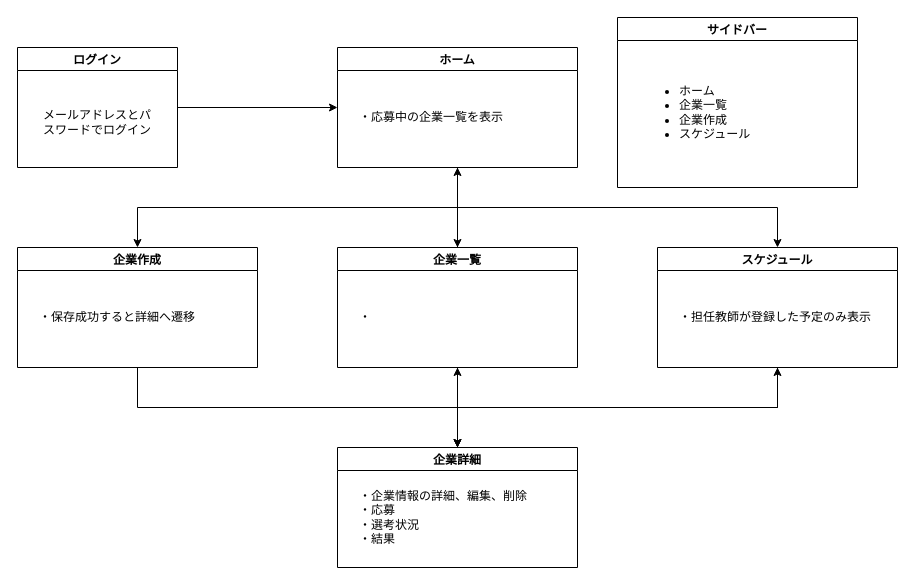
Earlier version of the draw.io diagram page "生徒" (4 of 4) of documents/screenTransitionDiagram.drawio (cntn-jr/JHM-2023). Source tidied: cells renumbered, new cells numbered last; positions are measured from the earlier drawing's top-left corner, leaving out a move shared by most shapes. Both pictures are drawn from the tidied source at 100%, with x=0, y=0 at pixel (17, 17).
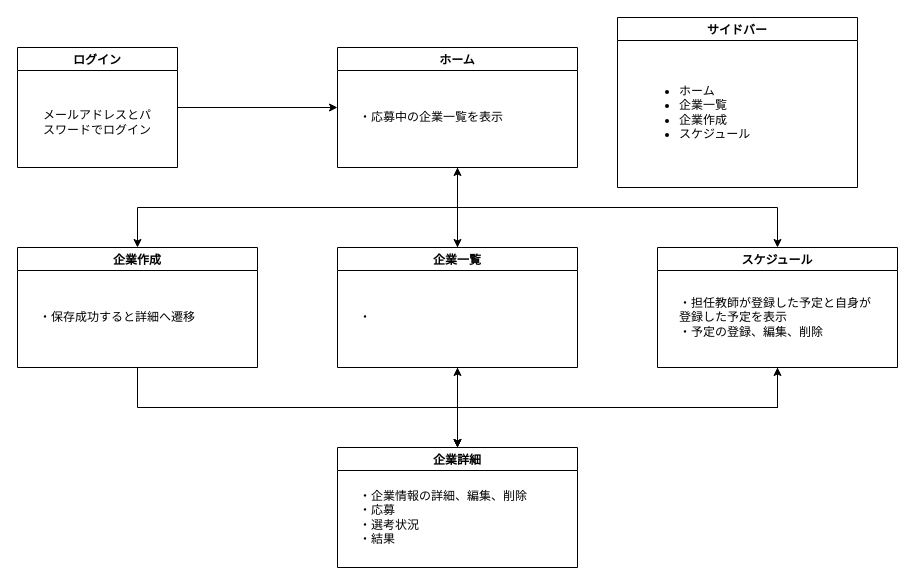
Above is the later version.

The change refers to these unchanged cells:
```xml
<mxCell id="19" value="スケジュール" style="swimlane;" parent="1" vertex="1">
  <mxGeometry x="640" y="230" width="240" height="120" as="geometry" />
</mxCell>
```

The edit, as a diff of the source:
```diff
@@
-    <mxCell id="20" value="・担任教師が登録した予定のみ表示" style="text;html=1;strokeColor=none;fillColor=none;align=left;verticalAlign=middle;whiteSpace=wrap;rounded=0;" parent="19" vertex="1">
+    <mxCell id="20" value="・担任教師が登録した予定と自身が登録した予定を表示&lt;br&gt;・予定の登録、編集、削除" style="text;html=1;strokeColor=none;fillColor=none;align=left;verticalAlign=middle;whiteSpace=wrap;rounded=0;" parent="19" vertex="1">
       <mxGeometry x="20" y="30" width="200" height="80" as="geometry" />
     </mxCell>
```
